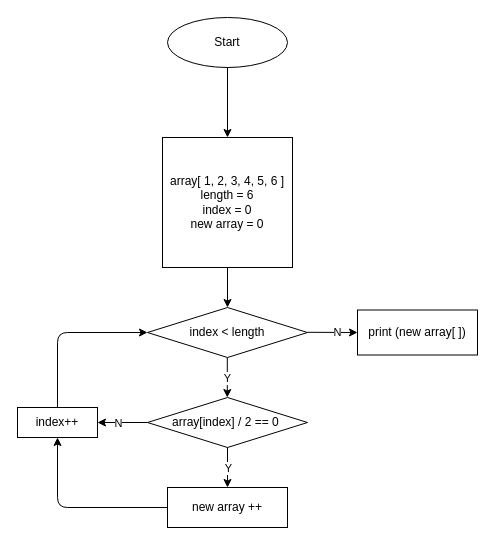
This is algoritm.drawio from RenatBax/Control-work, a draw.io file, before an edit. Source tidied: cells renumbered, new cells numbered last; positions are measured from the earlier drawing's top-left corner, leaving out a move shared by most shapes. Both pictures are drawn from the tidied source at 100%, with x=0, y=0 at pixel (17, 17).
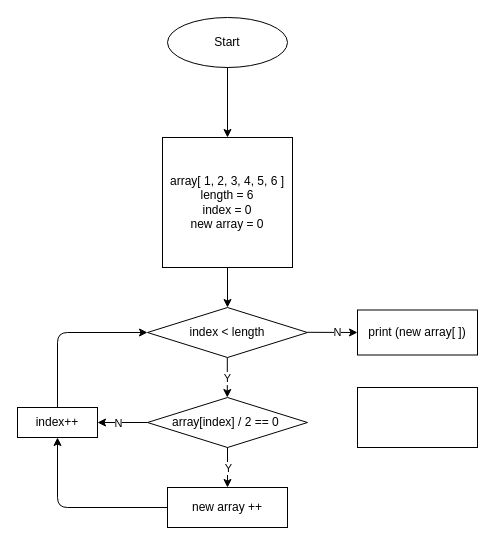
The same diagram, later.

Commit message:
Какие то изменения??

What changed in the source:
```diff
@@
+    <mxCell id="21" style="rounded=0;whiteSpace=wrap;html=1;" parent="1" vertex="1">
+      <mxGeometry x="340" y="370" width="120" height="60" as="geometry" />
+    </mxCell>
```
